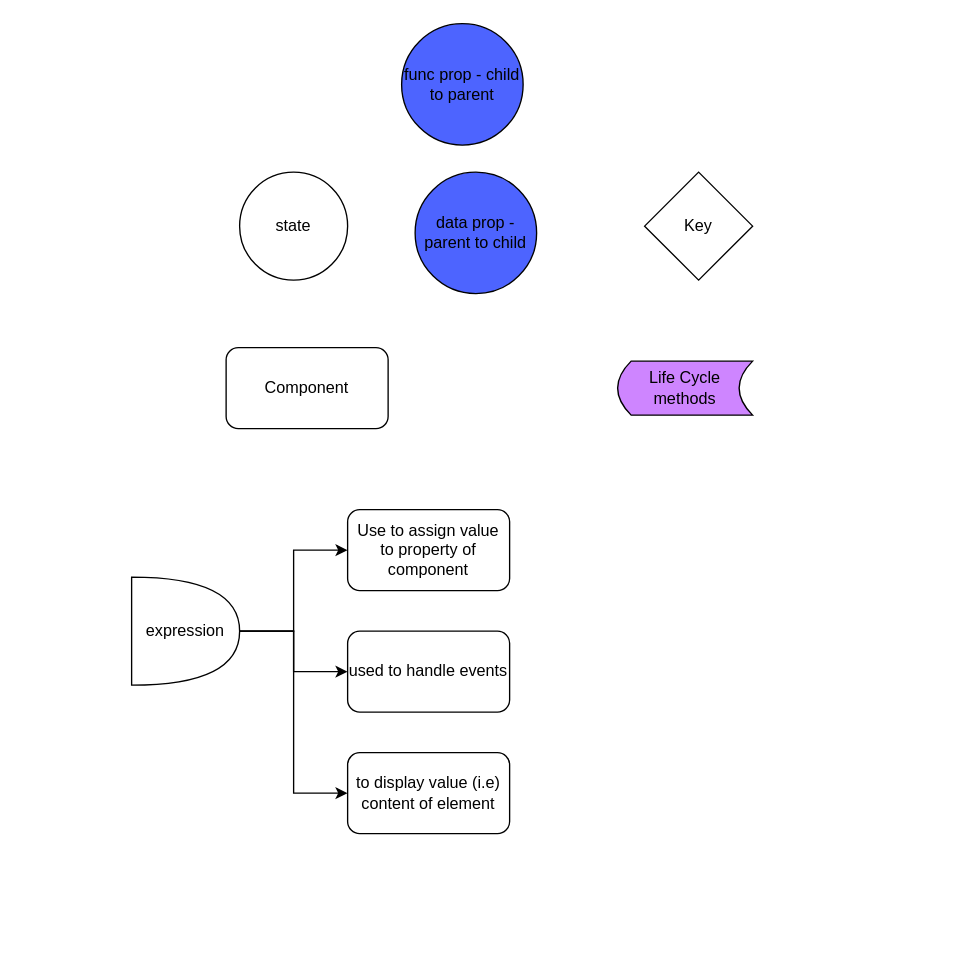
Above: My Articles/react/React General.drawio in anbarasan-raji/books (draw.io), before the change. Source tidied: cells renumbered, new cells numbered last; positions are measured from the earlier drawing's top-left corner, leaving out a move shared by most shapes. Both pictures are drawn from the tidied source at 135%, with x=0, y=0 at pixel (131, 23).
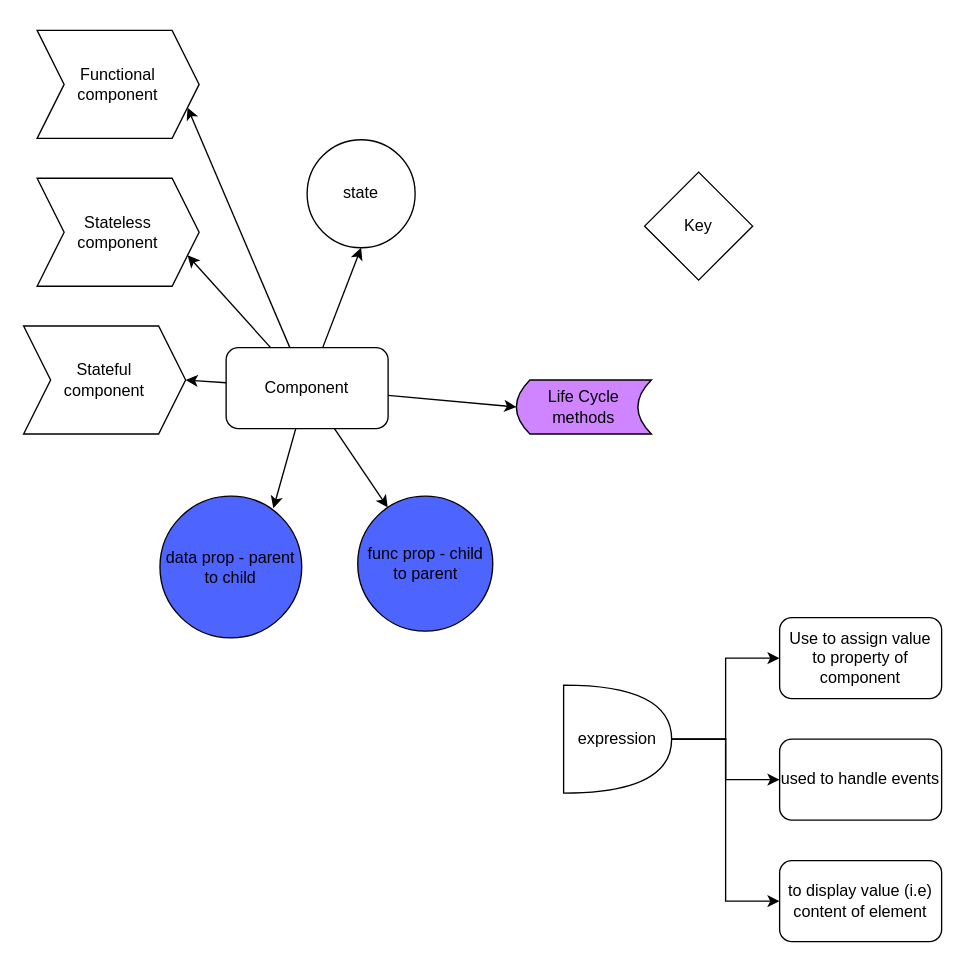
The same page after the edit.

Unchanged cells that the change refers to:
```xml
<mxCell id="5" value="Component" style="rounded=1;whiteSpace=wrap;html=1;" parent="1" vertex="1">
  <mxGeometry x="70" y="240" width="120" height="60" as="geometry" />
</mxCell>
```

What changed in the source:
```diff
@@
     <mxCell id="2" value="state" style="ellipse;whiteSpace=wrap;html=1;" parent="1" vertex="1">
-      <mxGeometry x="80" y="110" width="80" height="80" as="geometry" />
+      <mxGeometry x="130" y="86" width="80" height="80" as="geometry" />
     </mxCell>
     <mxCell id="3" value="data prop - parent to child" style="ellipse;whiteSpace=wrap;html=1;fillColor=#4D64FF;" parent="1" vertex="1">
-      <mxGeometry x="210" y="110" width="90" height="90" as="geometry" />
+      <mxGeometry x="21" y="350" width="105" height="105" as="geometry" />
     </mxCell>
@@
+    <mxCell id="15" style="edgeStyle=none;rounded=0;jettySize=auto;html=1;entryX=1;entryY=0.5;entryDx=0;entryDy=0;" parent="1" edge="1" source="5" target="23">
+      <mxGeometry relative="1" as="geometry" />
+    </mxCell>
+    <mxCell id="16" style="edgeStyle=none;rounded=0;jettySize=auto;html=1;entryX=1;entryY=0.75;entryDx=0;entryDy=0;" parent="1" edge="1" source="5" target="24">
+      <mxGeometry relative="1" as="geometry" />
+    </mxCell>
+    <mxCell id="17" style="edgeStyle=none;rounded=0;jettySize=auto;html=1;entryX=1;entryY=0.75;entryDx=0;entryDy=0;" parent="1" edge="1" source="5" target="22">
+      <mxGeometry relative="1" as="geometry" />
+    </mxCell>
+    <mxCell id="18" style="edgeStyle=none;rounded=0;jettySize=auto;html=1;entryX=0;entryY=0.5;entryDx=0;entryDy=0;" parent="1" edge="1" source="5" target="7">
+      <mxGeometry relative="1" as="geometry" />
+    </mxCell>
+    <mxCell id="19" style="edgeStyle=none;rounded=0;jettySize=auto;html=1;entryX=0.5;entryY=1;entryDx=0;entryDy=0;" parent="1" edge="1" source="5" target="2">
+      <mxGeometry relative="1" as="geometry" />
+    </mxCell>
+    <mxCell id="20" style="edgeStyle=none;rounded=0;jettySize=auto;html=1;entryX=0.8;entryY=0.086;entryDx=0;entryDy=0;entryPerimeter=0;" parent="1" edge="1" source="5" target="3">
+      <mxGeometry relative="1" as="geometry" />
+    </mxCell>
+    <mxCell id="21" style="edgeStyle=none;rounded=0;jettySize=auto;html=1;" parent="1" edge="1" source="5" target="6">
+      <mxGeometry relative="1" as="geometry" />
+    </mxCell>
@@
     <mxCell id="6" value="func prop - child to parent" style="ellipse;whiteSpace=wrap;html=1;fillColor=#4D64FF;" parent="1" vertex="1">
-      <mxGeometry x="200" width="90" height="90" as="geometry" />
+      <mxGeometry x="167.5" y="350" width="100" height="100" as="geometry" />
     </mxCell>
     <mxCell id="7" value="Life Cycle methods" style="shape=dataStorage;whiteSpace=wrap;html=1;fillColor=#CE85FF;" parent="1" vertex="1">
-      <mxGeometry x="360" y="250" width="100" height="40" as="geometry" />
+      <mxGeometry x="285" y="264" width="100" height="40" as="geometry" />
     </mxCell>
@@
     <mxCell id="11" value="expression" style="shape=or;whiteSpace=wrap;html=1;" parent="1" vertex="1">
-      <mxGeometry y="410" width="80" height="80" as="geometry" />
+      <mxGeometry x="320" y="490" width="80" height="80" as="geometry" />
     </mxCell>
     <mxCell id="12" value="Use to assign value to property of component" style="rounded=1;whiteSpace=wrap;html=1;" parent="1" vertex="1">
-      <mxGeometry x="160" y="360" width="120" height="60" as="geometry" />
+      <mxGeometry x="480" y="440" width="120" height="60" as="geometry" />
     </mxCell>
     <mxCell id="13" value="used to handle events" style="rounded=1;whiteSpace=wrap;html=1;" parent="1" vertex="1">
-      <mxGeometry x="160" y="450" width="120" height="60" as="geometry" />
+      <mxGeometry x="480" y="530" width="120" height="60" as="geometry" />
     </mxCell>
     <mxCell id="14" value="to display value (i.e) content of element" style="rounded=1;whiteSpace=wrap;html=1;" parent="1" vertex="1">
-      <mxGeometry x="160" y="540" width="120" height="60" as="geometry" />
+      <mxGeometry x="480" y="620" width="120" height="60" as="geometry" />
     </mxCell>
+    <mxCell id="22" value="Functional component" style="shape=step;perimeter=stepPerimeter;whiteSpace=wrap;html=1;fixedSize=1;" parent="1" vertex="1">
+      <mxGeometry x="-70" y="5" width="120" height="80" as="geometry" />
+    </mxCell>
+    <mxCell id="23" value="Stateful&lt;br&gt;component" style="shape=step;perimeter=stepPerimeter;whiteSpace=wrap;html=1;fixedSize=1;" parent="1" vertex="1">
+      <mxGeometry x="-80" y="224" width="120" height="80" as="geometry" />
+    </mxCell>
+    <mxCell id="24" value="Stateless &lt;br&gt;component" style="shape=step;perimeter=stepPerimeter;whiteSpace=wrap;html=1;fixedSize=1;" parent="1" vertex="1">
+      <mxGeometry x="-70" y="114.5" width="120" height="80" as="geometry" />
+    </mxCell>
```
